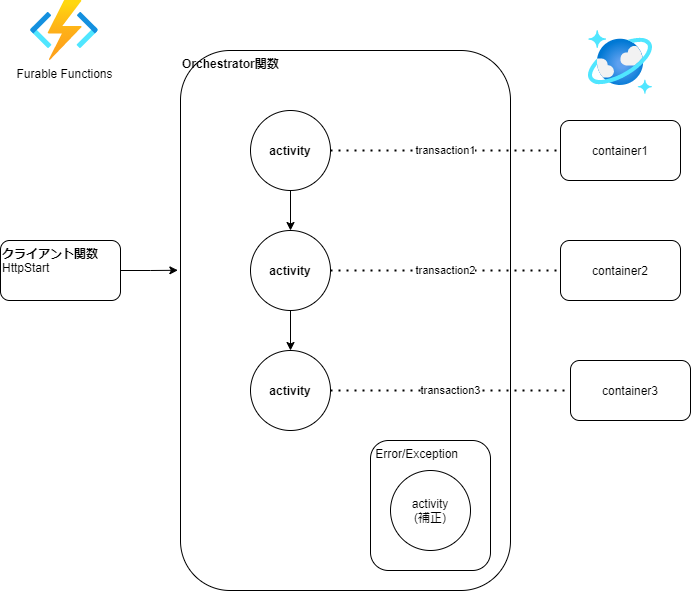
Before: Training1_cosmosdb/Training1.png, a diagram exported from draw.io (APCt-okuyama/az-func-learn). Source tidied: cells renumbered, new cells last; positions are measured from the earlier drawing's top-left corner, leaving out a move shared by most shapes.
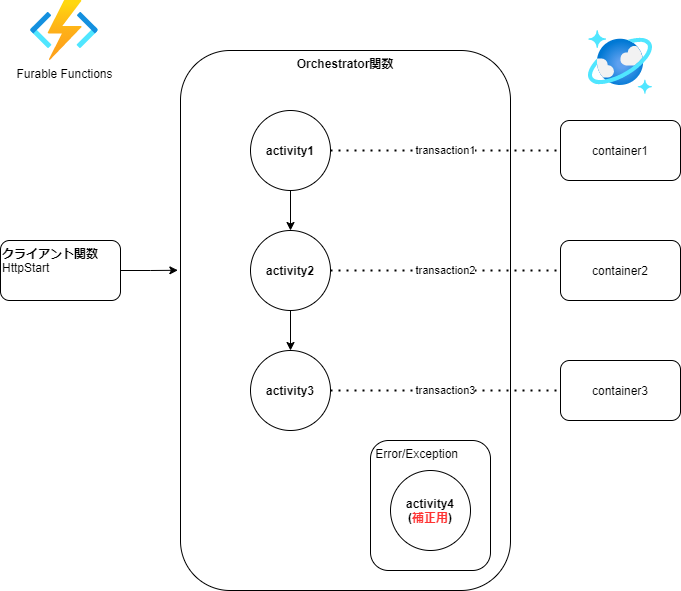
After the commit.

What changed in the source:
```diff
@@ -2,7 +2,7 @@
   <root>
     <mxCell id="0" />
     <mxCell id="1" parent="0" />
-    <mxCell id="2" value="&lt;b&gt;Orchestrator関数&lt;/b&gt;" style="rounded=1;whiteSpace=wrap;html=1;align=left;verticalAlign=top;" parent="1" vertex="1">
+    <mxCell id="2" value="&lt;b&gt;Orchestrator関数&lt;/b&gt;" style="rounded=1;whiteSpace=wrap;html=1;align=center;verticalAlign=top;" parent="1" vertex="1">
       <mxGeometry x="180" y="50" width="330" height="540" as="geometry" />
     </mxCell>
     <mxCell id="3" style="html=1;align=center;image;fontSize=12;image=img/lib/azure2/databases/Azure_Cosmos_DB.svg;" parent="1" vertex="1">
@@ -18,27 +18,27 @@
       <mxGeometry x="560" y="240" width="120" height="60" as="geometry" />
     </mxCell>
     <mxCell id="7" value="container3" style="rounded=1;whiteSpace=wrap;html=1;" parent="1" vertex="1">
-      <mxGeometry x="570" y="360" width="120" height="60" as="geometry" />
+      <mxGeometry x="560" y="360" width="120" height="60" as="geometry" />
     </mxCell>
     <mxCell id="8" style="edgeStyle=orthogonalEdgeStyle;rounded=0;jettySize=auto;html=1;" parent="1" edge="1" source="9" target="11">
       <mxGeometry relative="1" as="geometry" />
     </mxCell>
-    <mxCell id="9" value="&lt;b&gt;activity&lt;/b&gt;" style="ellipse;whiteSpace=wrap;html=1;" parent="1" vertex="1">
+    <mxCell id="9" value="&lt;b&gt;activity1&lt;/b&gt;" style="ellipse;whiteSpace=wrap;html=1;" parent="1" vertex="1">
       <mxGeometry x="250" y="110" width="80" height="80" as="geometry" />
     </mxCell>
     <mxCell id="10" style="edgeStyle=orthogonalEdgeStyle;rounded=0;jettySize=auto;html=1;entryX=0.5;entryY=0;entryDx=0;entryDy=0;" parent="1" edge="1" source="11" target="12">
       <mxGeometry relative="1" as="geometry" />
     </mxCell>
-    <mxCell id="11" value="&lt;b&gt;activity&lt;/b&gt;" style="ellipse;whiteSpace=wrap;html=1;" parent="1" vertex="1">
+    <mxCell id="11" value="&lt;b&gt;activity2&lt;/b&gt;" style="ellipse;whiteSpace=wrap;html=1;" parent="1" vertex="1">
       <mxGeometry x="250" y="230" width="80" height="80" as="geometry" />
     </mxCell>
-    <mxCell id="12" value="&lt;b&gt;activity&lt;/b&gt;" style="ellipse;whiteSpace=wrap;html=1;" parent="1" vertex="1">
+    <mxCell id="12" value="&lt;b&gt;activity3&lt;/b&gt;" style="ellipse;whiteSpace=wrap;html=1;" parent="1" vertex="1">
       <mxGeometry x="250" y="350" width="80" height="80" as="geometry" />
     </mxCell>
     <mxCell id="13" value="&amp;nbsp;Error/Exception" style="rounded=1;whiteSpace=wrap;html=1;align=left;verticalAlign=top;" parent="1" vertex="1">
       <mxGeometry x="370" y="440" width="120" height="130" as="geometry" />
     </mxCell>
-    <mxCell id="14" value="activity&lt;br&gt;(補正)" style="ellipse;whiteSpace=wrap;html=1;" parent="1" vertex="1">
+    <mxCell id="14" value="&lt;b&gt;activity4&lt;br&gt;(&lt;font color=&quot;#ff3333&quot;&gt;補正用&lt;/font&gt;)&lt;/b&gt;" style="ellipse;whiteSpace=wrap;html=1;" parent="1" vertex="1">
       <mxGeometry x="390" y="470" width="80" height="80" as="geometry" />
     </mxCell>
     <mxCell id="15" value="transaction1" style="endArrow=none;dashed=1;html=1;dashPattern=1 3;strokeWidth=2;" parent="1" edge="1" source="9" target="5">
```
